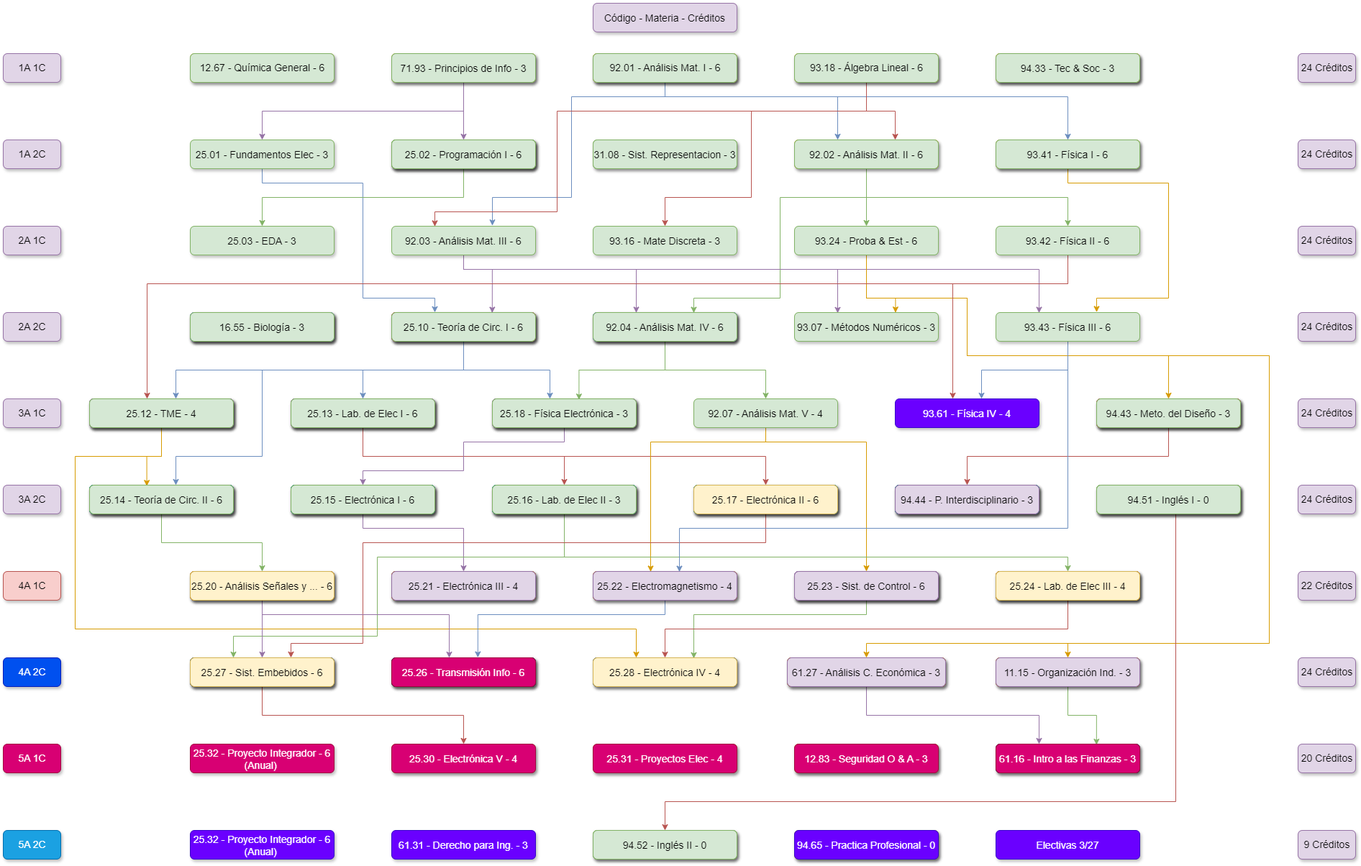
juanipla/K22 keeps this draw.io diagram as K22.drawio.png. Above is the earlier version. Source tidied: cells renumbered, new cells last; positions are measured from the earlier drawing's top-left corner, leaving out a move shared by most shapes.
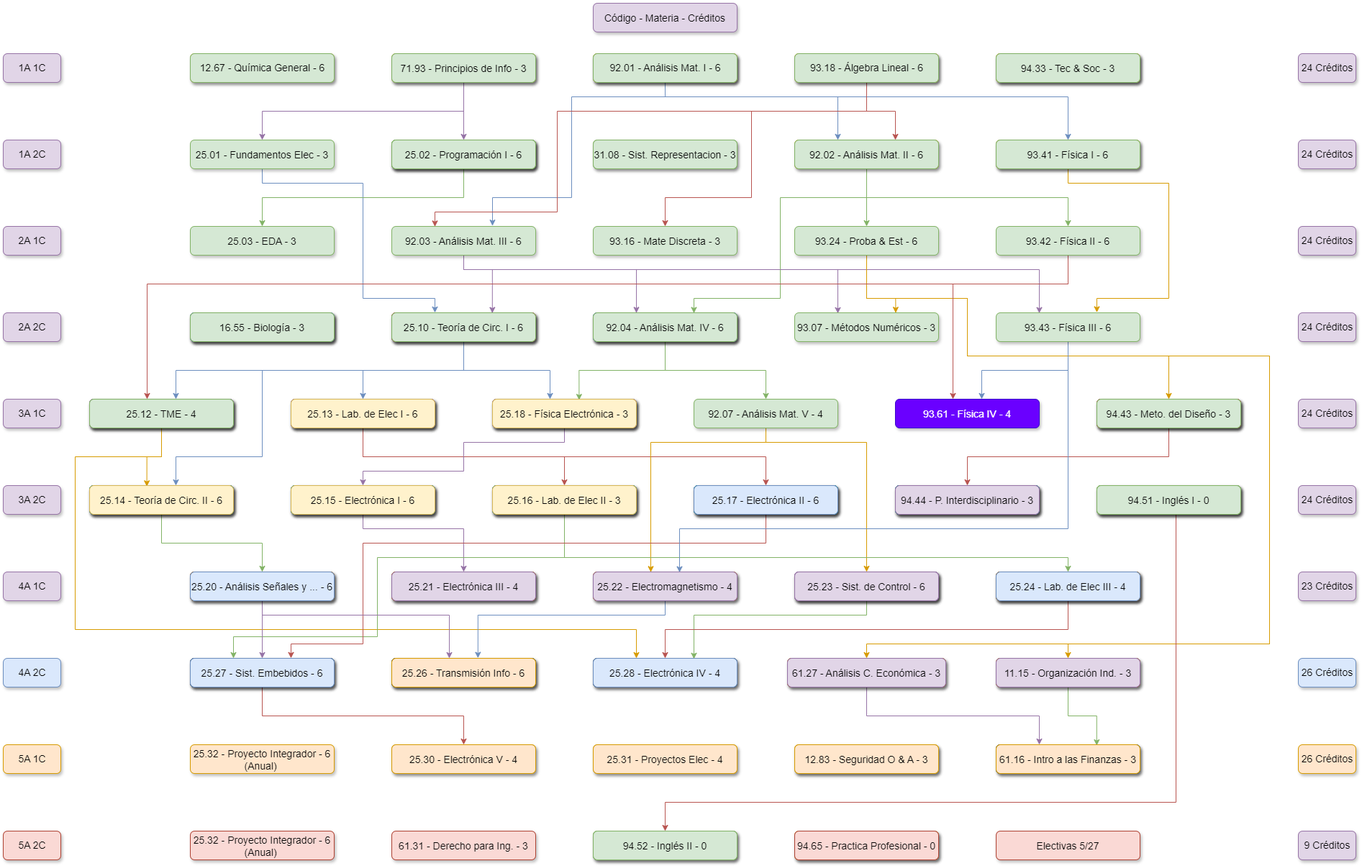
The same file after the commit.

The edit, as a diff of the source:
```diff
@@ -279,12 +279,12 @@
     </mxCell>
-    <mxCell id="48" value="4A 1C" style="rounded=1;fillColor=#f8cecc;strokeColor=#b85450;shadow=1;fontStyle=0;fontSize=14;labelBorderColor=none;labelBackgroundColor=none;html=1;" parent="1" vertex="1">
+    <mxCell id="48" value="4A 1C" style="rounded=1;fillColor=#e1d5e7;strokeColor=#9673a6;shadow=1;fontStyle=0;fontSize=14;labelBorderColor=none;labelBackgroundColor=none;html=1;" parent="1" vertex="1">
       <mxGeometry y="790" width="80" height="40" as="geometry" />
     </mxCell>
-    <mxCell id="49" value="4A 2C" style="rounded=1;fillColor=#0050ef;strokeColor=#001DBC;shadow=1;fontStyle=0;fontSize=14;labelBorderColor=none;labelBackgroundColor=none;html=1;fontColor=#ffffff;" parent="1" vertex="1">
+    <mxCell id="49" value="4A 2C" style="rounded=1;fillColor=#dae8fc;strokeColor=#6c8ebf;shadow=1;fontStyle=0;fontSize=14;labelBorderColor=none;labelBackgroundColor=none;html=1;" parent="1" vertex="1">
       <mxGeometry y="910" width="80" height="40" as="geometry" />
     </mxCell>
-    <mxCell id="50" value="5A 1C" style="rounded=1;fillColor=#d80073;strokeColor=#A50040;shadow=1;fontStyle=0;fontSize=14;labelBorderColor=none;labelBackgroundColor=none;html=1;fontColor=#ffffff;" parent="1" vertex="1">
+    <mxCell id="50" value="5A 1C" style="rounded=1;fillColor=#ffe6cc;strokeColor=#d79b00;shadow=1;fontStyle=0;fontSize=14;labelBorderColor=none;labelBackgroundColor=none;html=1;" parent="1" vertex="1">
       <mxGeometry y="1030" width="80" height="40" as="geometry" />
     </mxCell>
-    <mxCell id="51" value="5A 2C" style="rounded=1;fillColor=#1ba1e2;strokeColor=#006EAF;shadow=1;fontStyle=0;fontSize=14;labelBorderColor=none;labelBackgroundColor=none;html=1;fontColor=#ffffff;" parent="1" vertex="1">
+    <mxCell id="51" value="5A 2C" style="rounded=1;fillColor=#fad9d5;strokeColor=#ae4132;shadow=1;fontStyle=0;fontSize=14;labelBorderColor=none;labelBackgroundColor=none;html=1;" parent="1" vertex="1">
       <mxGeometry y="1150" width="80" height="40" as="geometry" />
@@ -597,3 +597,3 @@
     </mxCell>
-    <mxCell id="109" value="25.32 - Proyecto Integrador - 6&#10;(Anual) " style="rounded=1;fillColor=#d80073;strokeColor=#A50040;shadow=1;fontStyle=0;fontSize=14;labelBorderColor=none;labelBackgroundColor=none;fontColor=#ffffff;" parent="1" vertex="1">
+    <mxCell id="109" value="25.32 - Proyecto Integrador - 6&#10;(Anual) " style="rounded=1;fillColor=#ffe6cc;strokeColor=#d79b00;shadow=1;fontStyle=0;fontSize=14;labelBorderColor=none;labelBackgroundColor=none;" parent="1" vertex="1">
       <mxGeometry x="260" y="1030" width="200" height="40" as="geometry" />
@@ -612,3 +612,3 @@
     </mxCell>
-    <mxCell id="114" value="61.31 - Derecho para Ing. - 3" style="rounded=1;fillColor=#6a00ff;strokeColor=#3700CC;shadow=1;fontStyle=0;fontSize=14;labelBorderColor=none;labelBackgroundColor=none;fontColor=#ffffff;" parent="1" vertex="1">
+    <mxCell id="114" value="61.31 - Derecho para Ing. - 3" style="rounded=1;fillColor=#fad9d5;strokeColor=#ae4132;shadow=1;fontStyle=0;fontSize=14;labelBorderColor=none;labelBackgroundColor=none;" parent="1" vertex="1">
       <mxGeometry x="540" y="1150" width="200" height="40" as="geometry" />
@@ -627,6 +627,6 @@
     </mxCell>
-    <mxCell id="119" value="24 Créditos" style="rounded=1;fillColor=#e1d5e7;strokeColor=#9673a6;shadow=1;fontStyle=0;fontSize=14;labelBorderColor=none;labelBackgroundColor=none;html=1;" parent="1" vertex="1">
+    <mxCell id="119" value="26 Créditos" style="rounded=1;fillColor=#dae8fc;strokeColor=#6c8ebf;shadow=1;fontStyle=0;fontSize=14;labelBorderColor=none;labelBackgroundColor=none;html=1;" parent="1" vertex="1">
       <mxGeometry x="1800" y="910" width="80" height="40" as="geometry" />
     </mxCell>
-    <mxCell id="120" value="20 Créditos" style="rounded=1;fillColor=#e1d5e7;strokeColor=#9673a6;shadow=1;fontStyle=0;fontSize=14;labelBorderColor=none;labelBackgroundColor=none;html=1;" parent="1" vertex="1">
+    <mxCell id="120" value="26 Créditos" style="rounded=1;fillColor=#ffe6cc;strokeColor=#d79b00;shadow=1;fontStyle=0;fontSize=14;labelBorderColor=none;labelBackgroundColor=none;html=1;" parent="1" vertex="1">
       <mxGeometry x="1800" y="1030" width="80" height="40" as="geometry" />
@@ -636,3 +636,3 @@
     </mxCell>
-    <mxCell id="122" value="22 Créditos" style="rounded=1;fillColor=#e1d5e7;strokeColor=#9673a6;shadow=1;fontStyle=0;fontSize=14;labelBorderColor=none;labelBackgroundColor=none;html=1;" parent="1" vertex="1">
+    <mxCell id="122" value="23 Créditos" style="rounded=1;fillColor=#e1d5e7;strokeColor=#9673a6;shadow=1;fontStyle=0;fontSize=14;labelBorderColor=none;labelBackgroundColor=none;html=1;" parent="1" vertex="1">
       <mxGeometry x="1800" y="790" width="80" height="40" as="geometry" />
@@ -651,3 +651,3 @@
     </mxCell>
-    <mxCell id="127" value="25.32 - Proyecto Integrador - 6&#10;(Anual) " style="rounded=1;fillColor=#6a00ff;strokeColor=#3700CC;shadow=1;fontStyle=0;fontSize=14;labelBorderColor=none;labelBackgroundColor=none;fontColor=#ffffff;" parent="1" vertex="1">
+    <mxCell id="127" value="25.32 - Proyecto Integrador - 6&#10;(Anual) " style="rounded=1;fillColor=#fad9d5;strokeColor=#ae4132;shadow=1;fontStyle=0;fontSize=14;labelBorderColor=none;labelBackgroundColor=none;" parent="1" vertex="1">
       <mxGeometry x="260" y="1150" width="200" height="40" as="geometry" />
@@ -864,6 +864,6 @@
     </mxCell>
-    <mxCell id="198" value="25.18 - Física Electrónica - 3" style="rounded=1;fillColor=#d5e8d4;strokeColor=#82b366;shadow=1;fontStyle=0;fontSize=14;labelBorderColor=none;labelBackgroundColor=none;verticalAlign=middle;" parent="1" vertex="1">
+    <mxCell id="198" value="25.18 - Física Electrónica - 3" style="rounded=1;fillColor=#fff2cc;strokeColor=#d6b656;shadow=1;fontStyle=0;fontSize=14;labelBorderColor=none;labelBackgroundColor=none;verticalAlign=middle;" parent="1" vertex="1">
       <mxGeometry x="680" y="550" width="200" height="40" as="geometry" />
     </mxCell>
-    <mxCell id="199" value="25.13 - Lab. de Elec I - 6" style="rounded=1;fillColor=#d5e8d4;strokeColor=#82b366;shadow=1;fontStyle=0;fontSize=14;labelBorderColor=none;labelBackgroundColor=none;" parent="1" vertex="1">
+    <mxCell id="199" value="25.13 - Lab. de Elec I - 6" style="rounded=1;fillColor=#fff2cc;strokeColor=#d6b656;shadow=1;fontStyle=0;fontSize=14;labelBorderColor=none;labelBackgroundColor=none;" parent="1" vertex="1">
       <mxGeometry x="400" y="550" width="200" height="40" as="geometry" />
@@ -873,12 +873,12 @@
     </mxCell>
-    <mxCell id="201" value="25.14 - Teoría de Circ. II - 6" style="rounded=1;fillColor=#d5e8d4;strokeColor=#82b366;shadow=1;fontStyle=0;fontSize=14;labelBorderColor=none;labelBackgroundColor=none;" parent="1" vertex="1">
+    <mxCell id="201" value="25.14 - Teoría de Circ. II - 6" style="rounded=1;fillColor=#fff2cc;strokeColor=#d6b656;shadow=1;fontStyle=0;fontSize=14;labelBorderColor=none;labelBackgroundColor=none;" parent="1" vertex="1">
       <mxGeometry x="120" y="670" width="200" height="40" as="geometry" />
     </mxCell>
-    <mxCell id="202" value="25.15 - Electrónica I - 6" style="rounded=1;fillColor=#d5e8d4;strokeColor=#82b366;shadow=1;fontStyle=0;fontSize=14;labelBorderColor=none;labelBackgroundColor=none;" parent="1" vertex="1">
+    <mxCell id="202" value="25.15 - Electrónica I - 6" style="rounded=1;fillColor=#fff2cc;strokeColor=#d6b656;shadow=1;fontStyle=0;fontSize=14;labelBorderColor=none;labelBackgroundColor=none;" parent="1" vertex="1">
       <mxGeometry x="400" y="670" width="200" height="40" as="geometry" />
     </mxCell>
-    <mxCell id="203" value="25.16 - Lab. de Elec II - 3" style="rounded=1;fillColor=#d5e8d4;strokeColor=#82b366;shadow=1;fontStyle=0;fontSize=14;labelBorderColor=none;labelBackgroundColor=none;verticalAlign=middle;" parent="1" vertex="1">
+    <mxCell id="203" value="25.16 - Lab. de Elec II - 3" style="rounded=1;fillColor=#fff2cc;strokeColor=#d6b656;shadow=1;fontStyle=0;fontSize=14;labelBorderColor=none;labelBackgroundColor=none;verticalAlign=middle;" parent="1" vertex="1">
       <mxGeometry x="680" y="670" width="200" height="40" as="geometry" />
     </mxCell>
-    <mxCell id="204" value="25.17 - Electrónica II - 6" style="rounded=1;fillColor=#fff2cc;strokeColor=#d6b656;shadow=1;fontStyle=0;fontSize=14;labelBorderColor=none;labelBackgroundColor=none;verticalAlign=middle;" parent="1" vertex="1">
+    <mxCell id="204" value="25.17 - Electrónica II - 6" style="rounded=1;fillColor=#dae8fc;strokeColor=#6c8ebf;shadow=1;fontStyle=0;fontSize=14;labelBorderColor=none;labelBackgroundColor=none;verticalAlign=middle;" parent="1" vertex="1">
       <mxGeometry x="960" y="670" width="200" height="40" as="geometry" />
@@ -891,3 +891,3 @@
     </mxCell>
-    <mxCell id="207" value="25.24 - Lab. de Elec III - 4" style="rounded=1;fillColor=#fff2cc;strokeColor=#d6b656;shadow=1;fontStyle=0;fontSize=14;labelBorderColor=none;labelBackgroundColor=none;verticalAlign=middle;" parent="1" vertex="1">
+    <mxCell id="207" value="25.24 - Lab. de Elec III - 4" style="rounded=1;fillColor=#dae8fc;strokeColor=#6c8ebf;shadow=1;fontStyle=0;fontSize=14;labelBorderColor=none;labelBackgroundColor=none;verticalAlign=middle;" parent="1" vertex="1">
       <mxGeometry x="1380" y="790" width="200" height="40" as="geometry" />
@@ -900,9 +900,9 @@
     </mxCell>
-    <mxCell id="210" value="25.20 - Análisis Señales y ... - 6" style="rounded=1;fillColor=#fff2cc;strokeColor=#d6b656;shadow=1;fontStyle=0;fontSize=14;labelBorderColor=none;labelBackgroundColor=none;" parent="1" vertex="1">
+    <mxCell id="210" value="25.20 - Análisis Señales y ... - 6" style="rounded=1;fillColor=#dae8fc;strokeColor=#6c8ebf;shadow=1;fontStyle=0;fontSize=14;labelBorderColor=none;labelBackgroundColor=none;" parent="1" vertex="1">
       <mxGeometry x="260" y="790" width="200" height="40" as="geometry" />
     </mxCell>
-    <mxCell id="211" value="25.27 - Sist. Embebidos - 6" style="rounded=1;fillColor=#fff2cc;strokeColor=#d6b656;shadow=1;fontStyle=0;fontSize=14;labelBorderColor=none;labelBackgroundColor=none;" parent="1" vertex="1">
+    <mxCell id="211" value="25.27 - Sist. Embebidos - 6" style="rounded=1;fillColor=#dae8fc;strokeColor=#6c8ebf;shadow=1;fontStyle=0;fontSize=14;labelBorderColor=none;labelBackgroundColor=none;" parent="1" vertex="1">
       <mxGeometry x="260" y="910" width="200" height="40" as="geometry" />
     </mxCell>
-    <mxCell id="212" value="25.26 - Transmisión Info - 6" style="rounded=1;fillColor=#d80073;strokeColor=#A50040;shadow=1;fontStyle=0;fontSize=14;labelBorderColor=none;labelBackgroundColor=none;fontColor=#ffffff;" parent="1" vertex="1">
+    <mxCell id="212" value="25.26 - Transmisión Info - 6" style="rounded=1;fillColor=#ffe6cc;strokeColor=#d79b00;shadow=1;fontStyle=0;fontSize=14;labelBorderColor=none;labelBackgroundColor=none;" parent="1" vertex="1">
       <mxGeometry x="540" y="910" width="200" height="40" as="geometry" />
@@ -915,9 +915,9 @@
     </mxCell>
-    <mxCell id="215" value="61.16 - Intro a las Finanzas - 3" style="rounded=1;fillColor=#d80073;strokeColor=#A50040;shadow=1;fontStyle=0;fontSize=14;labelBorderColor=none;labelBackgroundColor=none;verticalAlign=middle;fontColor=#ffffff;" parent="1" vertex="1">
+    <mxCell id="215" value="61.16 - Intro a las Finanzas - 3" style="rounded=1;fillColor=#ffe6cc;strokeColor=#d79b00;shadow=1;fontStyle=0;fontSize=14;labelBorderColor=none;labelBackgroundColor=none;verticalAlign=middle;" parent="1" vertex="1">
       <mxGeometry x="1380" y="1030" width="200" height="40" as="geometry" />
     </mxCell>
-    <mxCell id="216" value="25.31 - Proyectos Elec - 4" style="rounded=1;fillColor=#d80073;strokeColor=#A50040;shadow=1;fontStyle=0;fontSize=14;fontColor=#ffffff;labelBorderColor=none;labelBackgroundColor=none;verticalAlign=middle;" parent="1" vertex="1">
+    <mxCell id="216" value="25.31 - Proyectos Elec - 4" style="rounded=1;fillColor=#ffe6cc;strokeColor=#d79b00;shadow=1;fontStyle=0;fontSize=14;labelBorderColor=none;labelBackgroundColor=none;verticalAlign=middle;" parent="1" vertex="1">
       <mxGeometry x="820" y="1030" width="200" height="40" as="geometry" />
     </mxCell>
-    <mxCell id="217" value="25.30 - Electrónica V - 4" style="rounded=1;fillColor=#d80073;strokeColor=#A50040;shadow=1;fontStyle=0;fontSize=14;fontColor=#ffffff;labelBorderColor=none;labelBackgroundColor=none;" parent="1" vertex="1">
+    <mxCell id="217" value="25.30 - Electrónica V - 4" style="rounded=1;fillColor=#ffe6cc;strokeColor=#d79b00;shadow=1;fontStyle=0;fontSize=14;labelBorderColor=none;labelBackgroundColor=none;" parent="1" vertex="1">
       <mxGeometry x="540" y="1030" width="200" height="40" as="geometry" />
@@ -939,3 +939,3 @@
     </mxCell>
-    <mxCell id="223" value="25.28 - Electrónica IV - 4" style="rounded=1;fillColor=#fff2cc;strokeColor=#d6b656;shadow=1;fontStyle=0;fontSize=14;labelBorderColor=none;labelBackgroundColor=none;verticalAlign=middle;" parent="1" vertex="1">
+    <mxCell id="223" value="25.28 - Electrónica IV - 4" style="rounded=1;fillColor=#dae8fc;strokeColor=#6c8ebf;shadow=1;fontStyle=0;fontSize=14;labelBorderColor=none;labelBackgroundColor=none;verticalAlign=middle;" parent="1" vertex="1">
       <mxGeometry x="820" y="910" width="200" height="40" as="geometry" />
@@ -945,6 +945,6 @@
     </mxCell>
-    <mxCell id="225" value="12.83 - Seguridad O &amp; A - 3" style="rounded=1;fillColor=#d80073;strokeColor=#A50040;shadow=1;fontStyle=0;fontSize=14;labelBorderColor=none;labelBackgroundColor=none;verticalAlign=middle;fontColor=#ffffff;" parent="1" vertex="1">
+    <mxCell id="225" value="12.83 - Seguridad O &amp; A - 3" style="rounded=1;fillColor=#ffe6cc;strokeColor=#d79b00;shadow=1;fontStyle=0;fontSize=14;labelBorderColor=none;labelBackgroundColor=none;verticalAlign=middle;" parent="1" vertex="1">
       <mxGeometry x="1100" y="1030" width="200" height="40" as="geometry" />
     </mxCell>
-    <mxCell id="226" value="94.65 - Practica Profesional - 0" style="rounded=1;fillColor=#6a00ff;strokeColor=#3700CC;shadow=1;fontStyle=0;fontSize=14;labelBorderColor=none;labelBackgroundColor=none;verticalAlign=middle;fontColor=#ffffff;" parent="1" vertex="1">
+    <mxCell id="226" value="94.65 - Practica Profesional - 0" style="rounded=1;fillColor=#fad9d5;strokeColor=#ae4132;shadow=1;fontStyle=0;fontSize=14;labelBorderColor=none;labelBackgroundColor=none;verticalAlign=middle;" parent="1" vertex="1">
       <mxGeometry x="1100" y="1150" width="200" height="40" as="geometry" />
@@ -981,3 +981,3 @@
     </mxCell>
-    <mxCell id="237" value="Electivas 3/27" style="rounded=1;fillColor=#6a00ff;strokeColor=#3700CC;shadow=1;fontStyle=0;fontSize=14;labelBorderColor=none;labelBackgroundColor=none;verticalAlign=middle;fontColor=#ffffff;" parent="1" vertex="1">
+    <mxCell id="237" value="Electivas 5/27" style="rounded=1;fillColor=#fad9d5;strokeColor=#ae4132;shadow=1;fontStyle=0;fontSize=14;labelBorderColor=none;labelBackgroundColor=none;verticalAlign=middle;" parent="1" vertex="1">
       <mxGeometry x="1380" y="1150" width="200" height="40" as="geometry" />
```
